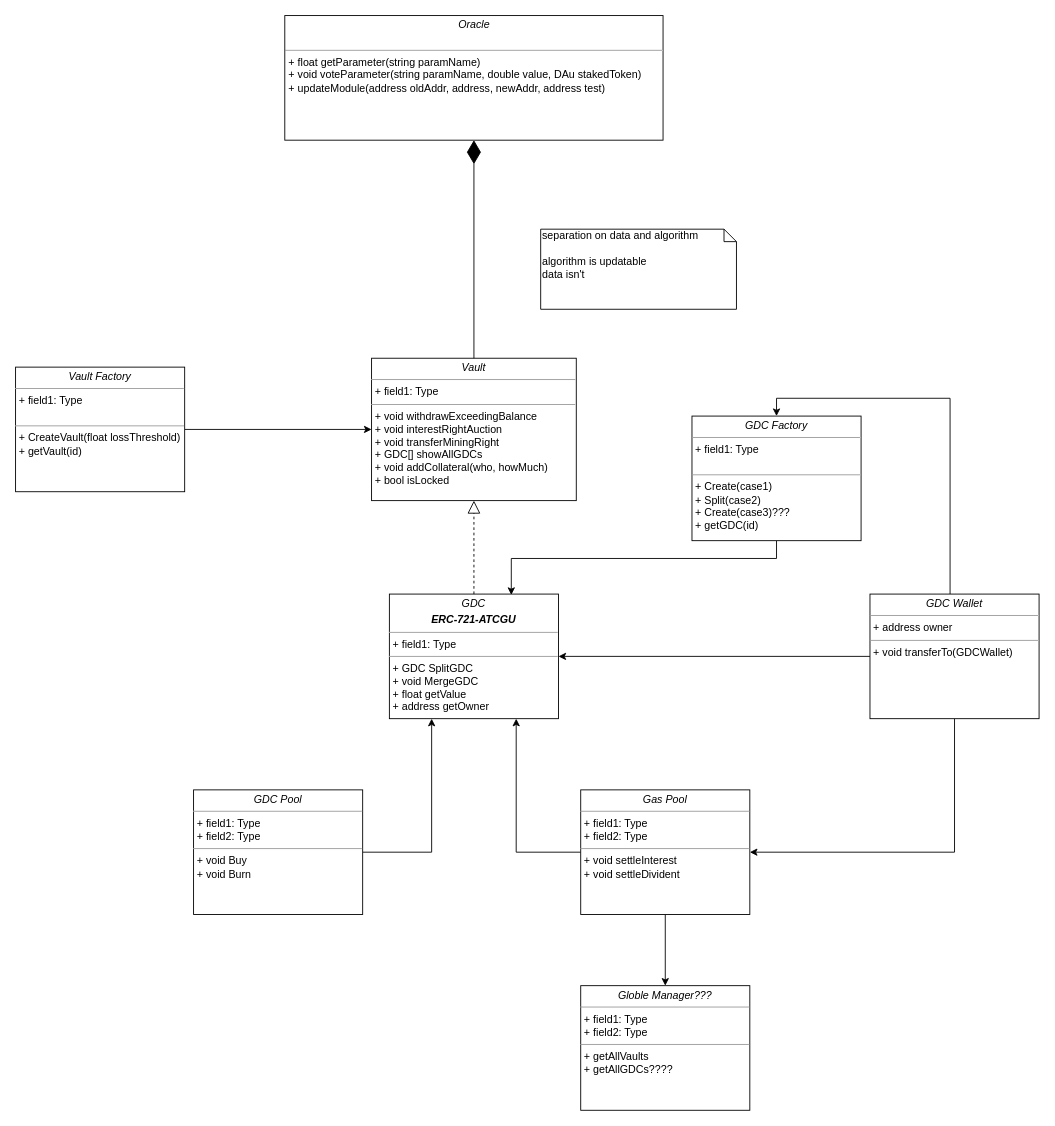
daugdc/atcgu keeps this draw.io diagram as GDC.drawio. Above is the earlier version. Source tidied: cells renumbered, new cells numbered last; positions are measured from the earlier drawing's top-left corner, leaving out a move shared by most shapes. Both pictures are drawn from the tidied source at 89%, with x=0, y=0 at pixel (15, 15).
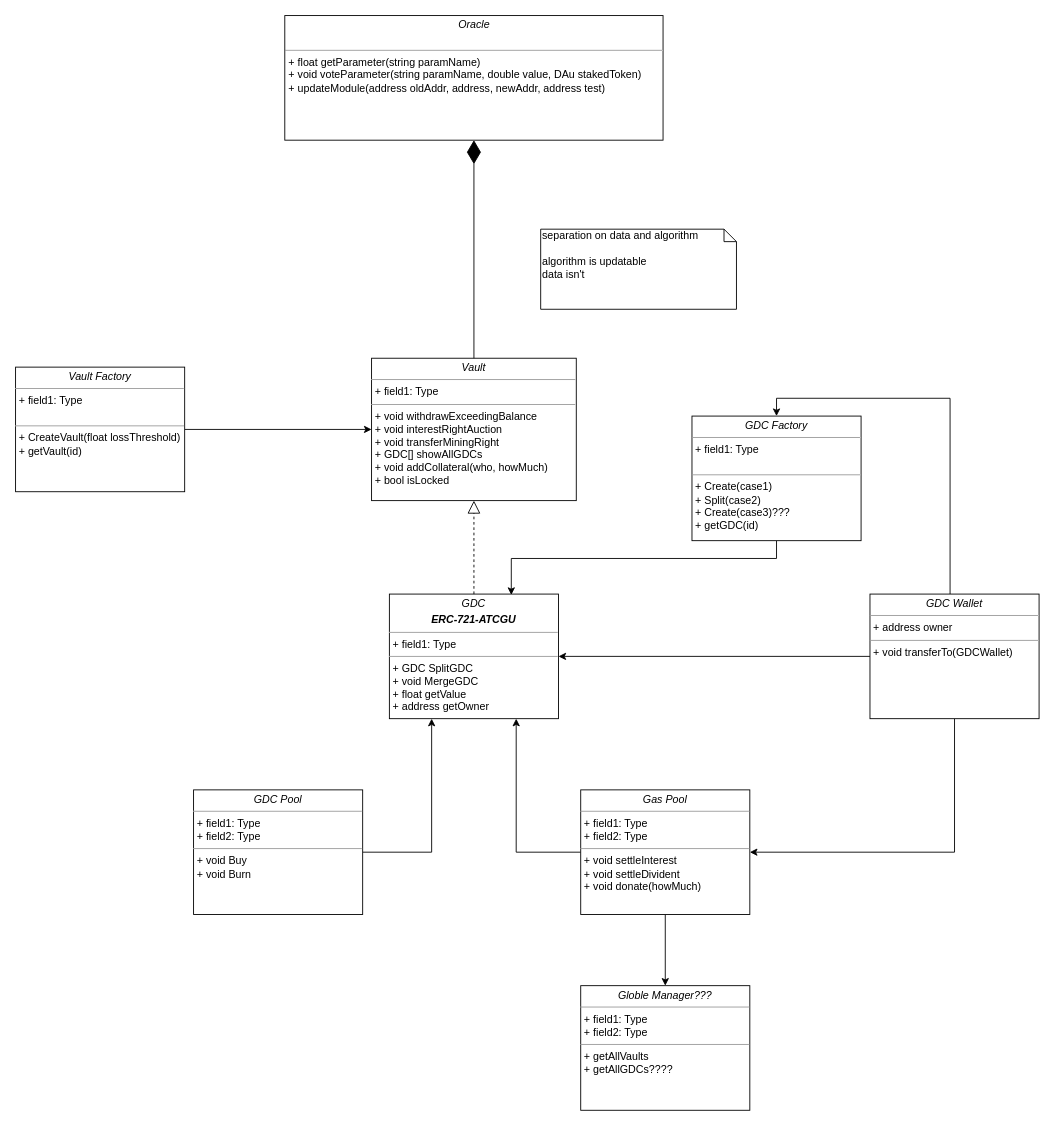
The same page after the edit.

Commit message:
gaspool+donate

Change to the diagram source:
```diff
@@
-    <mxCell id="8" value="&lt;p style=&quot;margin: 0px ; margin-top: 4px ; text-align: center&quot;&gt;&lt;i&gt;Gas Pool&lt;/i&gt;&lt;/p&gt;&lt;hr size=&quot;1&quot;&gt;&lt;p style=&quot;margin: 0px ; margin-left: 4px&quot;&gt;+ field1: Type&lt;br&gt;+ field2: Type&lt;/p&gt;&lt;hr size=&quot;1&quot;&gt;&lt;p style=&quot;margin: 0px ; margin-left: 4px&quot;&gt;+ void settleInterest&lt;/p&gt;&lt;p style=&quot;margin: 0px ; margin-left: 4px&quot;&gt;+ void settleDivident&lt;/p&gt;" style="verticalAlign=top;align=left;overflow=fill;fontSize=12;fontFamily=Helvetica;html=1;" parent="1" vertex="1">
+    <mxCell id="8" value="&lt;p style=&quot;margin: 0px ; margin-top: 4px ; text-align: center&quot;&gt;&lt;i&gt;Gas Pool&lt;/i&gt;&lt;/p&gt;&lt;hr size=&quot;1&quot;&gt;&lt;p style=&quot;margin: 0px ; margin-left: 4px&quot;&gt;+ field1: Type&lt;br&gt;+ field2: Type&lt;/p&gt;&lt;hr size=&quot;1&quot;&gt;&lt;p style=&quot;margin: 0px ; margin-left: 4px&quot;&gt;+ void settleInterest&lt;/p&gt;&lt;p style=&quot;margin: 0px ; margin-left: 4px&quot;&gt;+ void settleDivident&lt;/p&gt;&lt;p style=&quot;margin: 0px ; margin-left: 4px&quot;&gt;+ void donate(howMuch)&lt;/p&gt;" style="verticalAlign=top;align=left;overflow=fill;fontSize=12;fontFamily=Helvetica;html=1;" parent="1" vertex="1">
       <mxGeometry x="635" y="870" width="190" height="140" as="geometry" />
     </mxCell>
```
